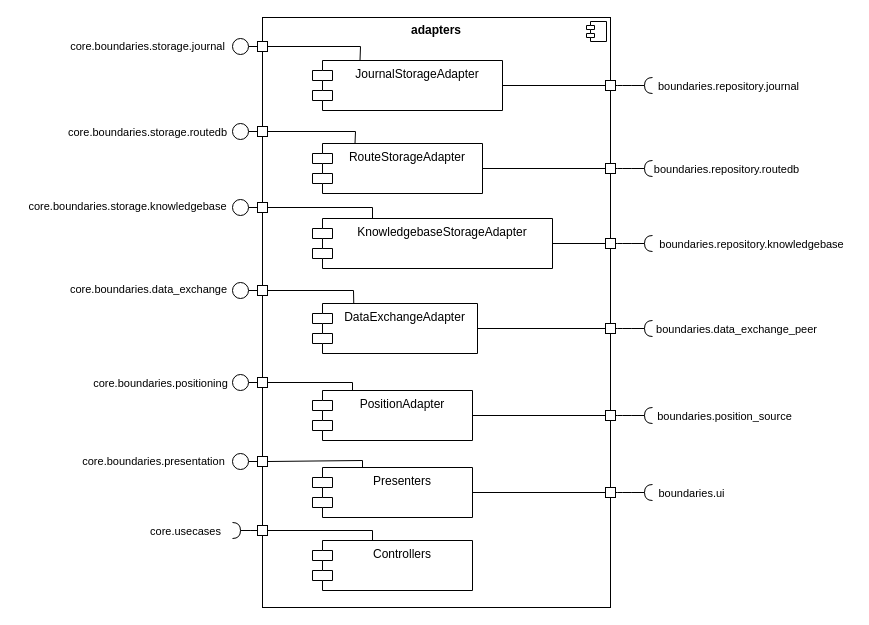
aardjon/trad keeps this draw.io diagram as doc/architecture/bbview_level2_adapters.drawio. Above is the earlier version. Source tidied: cells renumbered, new cells numbered last; positions are measured from the earlier drawing's top-left corner, leaving out a move shared by most shapes. Both pictures are drawn from the tidied source at 100%, with x=0, y=0 at pixel (17, 17).
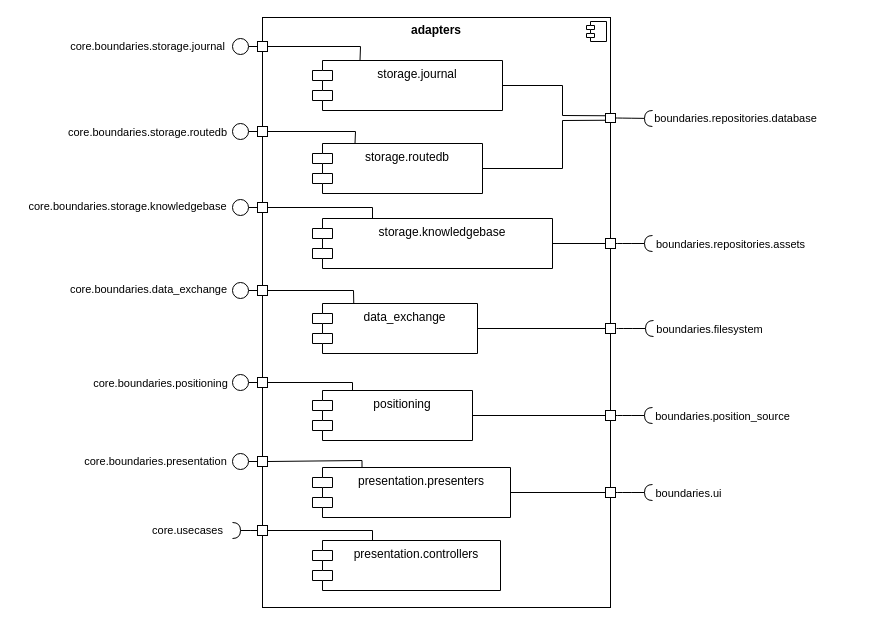
The same page after the edit.

The change refers to these unchanged cells:
```xml
<mxCell id="2" style="group;" parent="1" vertex="1">
  <mxGeometry x="43" width="792" height="590" as="geometry" />
</mxCell>
<mxCell id="14" style="rounded=0;orthogonalLoop=1;jettySize=auto;html=1;endArrow=halfCircle;endFill=0;endSize=6;strokeWidth=1;sketch=0;fontSize=12;curved=1;" parent="2" edge="1">
  <mxGeometry relative="1" as="geometry">
    <mxPoint x="202" y="513" as="sourcePoint" />
    <mxPoint x="172" y="513" as="targetPoint" />
  </mxGeometry>
</mxCell>
<mxCell id="56" style="rounded=0;jettySize=auto;html=1;endArrow=halfCircle;endFill=0;endSize=6;strokeWidth=1;sketch=0;fontSize=12;curved=1;exitX=1;exitY=0.5;exitDx=0;exitDy=0;" parent="1" edge="1" source="55">
  <mxGeometry relative="1" as="geometry">
    <mxPoint x="635" y="226" as="targetPoint" />
  </mxGeometry>
</mxCell>
<mxCell id="58" style="whiteSpace=wrap;html=1;" parent="1" vertex="1">
  <mxGeometry x="588" y="306" width="10" height="10" as="geometry" />
</mxCell>
<mxCell id="62" style="rounded=0;jettySize=auto;html=1;endArrow=halfCircle;endFill=0;endSize=6;strokeWidth=1;sketch=0;fontSize=12;curved=1;exitX=1;exitY=0.5;exitDx=0;exitDy=0;" parent="1" edge="1" source="61">
  <mxGeometry relative="1" as="geometry">
    <mxPoint x="635" y="398" as="targetPoint" />
  </mxGeometry>
</mxCell>
<mxCell id="65" style="rounded=0;jettySize=auto;html=1;endArrow=halfCircle;endFill=0;endSize=6;strokeWidth=1;sketch=0;fontSize=12;curved=1;exitX=1;exitY=0.5;exitDx=0;exitDy=0;" parent="1" edge="1" source="64">
  <mxGeometry relative="1" as="geometry">
    <mxPoint x="635" y="475" as="targetPoint" />
  </mxGeometry>
</mxCell>
```

Change to the diagram source:
```diff
@@
-    <mxCell id="6" value="KnowledgebaseStorageAdapter" style="shape=module;align=left;spacingLeft=20;align=center;verticalAlign=top;whiteSpace=wrap;html=1;" parent="2" vertex="1">
+    <mxCell id="6" value="storage.knowledgebase" style="shape=module;align=left;spacingLeft=20;align=center;verticalAlign=top;whiteSpace=wrap;html=1;" parent="2" vertex="1">
       <mxGeometry x="252" y="201" width="240" height="50" as="geometry" />
     </mxCell>
-    <mxCell id="7" value="RouteStorageAdapter" style="shape=module;align=left;spacingLeft=20;align=center;verticalAlign=top;whiteSpace=wrap;html=1;" parent="2" vertex="1">
+    <mxCell id="7" value="storage.routedb" style="shape=module;align=left;spacingLeft=20;align=center;verticalAlign=top;whiteSpace=wrap;html=1;" parent="2" vertex="1">
       <mxGeometry x="252" y="126" width="170" height="50" as="geometry" />
     </mxCell>
-    <mxCell id="8" value="JournalStorageAdapter" style="shape=module;align=left;spacingLeft=20;align=center;verticalAlign=top;whiteSpace=wrap;html=1;" parent="2" vertex="1">
+    <mxCell id="8" value="storage.journal" style="shape=module;align=left;spacingLeft=20;align=center;verticalAlign=top;whiteSpace=wrap;html=1;" parent="2" vertex="1">
       <mxGeometry x="252" y="43" width="190" height="50" as="geometry" />
     </mxCell>
-    <mxCell id="9" value="DataExchangeAdapter" style="shape=module;align=left;spacingLeft=20;align=center;verticalAlign=top;whiteSpace=wrap;html=1;" parent="2" vertex="1">
+    <mxCell id="9" value="data_exchange" style="shape=module;align=left;spacingLeft=20;align=center;verticalAlign=top;whiteSpace=wrap;html=1;" parent="2" vertex="1">
       <mxGeometry x="252" y="286" width="165" height="50" as="geometry" />
     </mxCell>
-    <mxCell id="10" value="PositionAdapter" style="shape=module;align=left;spacingLeft=20;align=center;verticalAlign=top;whiteSpace=wrap;html=1;" parent="2" vertex="1">
+    <mxCell id="10" value="positioning" style="shape=module;align=left;spacingLeft=20;align=center;verticalAlign=top;whiteSpace=wrap;html=1;" parent="2" vertex="1">
       <mxGeometry x="252" y="373" width="160" height="50" as="geometry" />
     </mxCell>
@@
-    <mxCell id="12" value="Presenters" style="shape=module;align=left;spacingLeft=20;align=center;verticalAlign=top;whiteSpace=wrap;html=1;" parent="2" vertex="1">
-      <mxGeometry x="252" y="450" width="160" height="50" as="geometry" />
+    <mxCell id="12" value="presentation.presenters" style="shape=module;align=left;spacingLeft=20;align=center;verticalAlign=top;whiteSpace=wrap;html=1;" parent="2" vertex="1">
+      <mxGeometry x="252" y="450" width="198" height="50" as="geometry" />
     </mxCell>
-    <mxCell id="13" value="Controllers" style="shape=module;align=left;spacingLeft=20;align=center;verticalAlign=top;whiteSpace=wrap;html=1;" parent="2" vertex="1">
-      <mxGeometry x="252" y="523" width="160" height="50" as="geometry" />
+    <mxCell id="13" value="presentation.controllers" style="shape=module;align=left;spacingLeft=20;align=center;verticalAlign=top;whiteSpace=wrap;html=1;" parent="2" vertex="1">
+      <mxGeometry x="252" y="523" width="188" height="50" as="geometry" />
     </mxCell>
@@
     <mxCell id="15" value="core.usecases" style="edgeLabel;html=1;align=center;verticalAlign=middle;" parent="14" vertex="1">
       <mxGeometry x="0.1" y="2" relative="1" as="geometry">
-        <mxPoint x="-61" y="-2" as="offset" />
+        <mxPoint x="-59" y="-3" as="offset" />
       </mxGeometry>
     </mxCell>
@@
     <mxCell id="28" value="&lt;span style=&quot;font-size: 11px; background-color: rgb(255, 255, 255);&quot;&gt;core.&lt;/span&gt;&lt;span style=&quot;font-size: 11px;&quot;&gt;boundaries.p&lt;/span&gt;&lt;span style=&quot;font-size: 11px; background-color: rgb(255, 255, 255);&quot;&gt;resentation&lt;/span&gt;" style="text;html=1;align=center;verticalAlign=middle;strokeColor=none;fillColor=none;" parent="2" vertex="1">
-      <mxGeometry x="8" y="429" width="170" height="30" as="geometry" />
+      <mxGeometry x="10" y="429" width="170" height="30" as="geometry" />
     </mxCell>
@@
-    <mxCell id="47" style="whiteSpace=wrap;html=1;" parent="2" vertex="1">
-      <mxGeometry x="545" y="63" width="10" height="10" as="geometry" />
-    </mxCell>
-    <mxCell id="48" style="endArrow=none;html=1;rounded=0;exitX=0;exitY=0.5;exitDx=0;exitDy=0;entryX=1;entryY=0.5;entryDx=0;entryDy=0;" parent="2" edge="1" source="47" target="8">
-      <mxGeometry relative="1" as="geometry" />
-    </mxCell>
-    <mxCell id="49" style="rounded=0;jettySize=auto;html=1;endArrow=halfCircle;endFill=0;endSize=6;strokeWidth=1;sketch=0;fontSize=12;curved=1;exitX=1;exitY=0.5;exitDx=0;exitDy=0;" parent="1" edge="1" source="47">
-      <mxGeometry relative="1" as="geometry">
-        <mxPoint x="635" y="68" as="targetPoint" />
-      </mxGeometry>
-    </mxCell>
-    <mxCell id="50" value="boundaries.repository.journal" style="edgeLabel;html=1;align=center;verticalAlign=middle;" parent="49" vertex="1">
-      <mxGeometry x="0.35" y="2" relative="1" as="geometry">
-        <mxPoint x="87" y="2" as="offset" />
-      </mxGeometry>
-    </mxCell>
@@
     <mxCell id="52" style="whiteSpace=wrap;html=1;" parent="1" vertex="1">
-      <mxGeometry x="588" y="146" width="10" height="10" as="geometry" />
+      <mxGeometry x="588" y="96" width="10" height="9" as="geometry" />
     </mxCell>
     <mxCell id="53" style="rounded=0;jettySize=auto;html=1;endArrow=halfCircle;endFill=0;endSize=6;strokeWidth=1;sketch=0;fontSize=12;curved=1;exitX=1;exitY=0.5;exitDx=0;exitDy=0;" parent="1" edge="1" source="52">
       <mxGeometry relative="1" as="geometry">
-        <mxPoint x="635" y="151" as="targetPoint" />
+        <mxPoint x="635" y="101" as="targetPoint" />
       </mxGeometry>
     </mxCell>
-    <mxCell id="54" value="boundaries.repository.routedb" style="edgeLabel;html=1;align=center;verticalAlign=middle;" parent="53" vertex="1">
+    <mxCell id="54" value="boundaries.repositories.database" style="edgeLabel;html=1;align=center;verticalAlign=middle;" parent="53" vertex="1">
       <mxGeometry x="0.35" y="2" relative="1" as="geometry">
-        <mxPoint x="85" y="2" as="offset" />
+        <mxPoint x="94" y="2" as="offset" />
       </mxGeometry>
     </mxCell>
@@
-    <mxCell id="57" value="boundaries.repository.knowledgebase" style="edgeLabel;html=1;align=center;verticalAlign=middle;" parent="56" vertex="1">
+    <mxCell id="57" value="boundaries.repositories.assets" style="edgeLabel;html=1;align=center;verticalAlign=middle;" parent="56" vertex="1">
       <mxGeometry x="0.35" y="2" relative="1" as="geometry">
-        <mxPoint x="110" y="2" as="offset" />
+        <mxPoint x="89" y="2" as="offset" />
       </mxGeometry>
     </mxCell>
@@
-    <mxCell id="59" style="rounded=0;jettySize=auto;html=1;endArrow=halfCircle;endFill=0;endSize=6;strokeWidth=1;sketch=0;fontSize=12;curved=1;exitX=1;exitY=0.5;exitDx=0;exitDy=0;" parent="1" edge="1" source="58">
+    <mxCell id="59" style="rounded=0;orthogonalLoop=1;jettySize=auto;html=1;endArrow=halfCircle;endFill=0;endSize=6;strokeWidth=1;sketch=0;fontSize=12;curved=1;exitX=1;exitY=0.5;exitDx=0;exitDy=0;" parent="1" edge="1">
       <mxGeometry relative="1" as="geometry">
-        <mxPoint x="635" y="311" as="targetPoint" />
+        <mxPoint x="599" y="311" as="sourcePoint" />
+        <mxPoint x="636" y="311" as="targetPoint" />
       </mxGeometry>
     </mxCell>
-    <mxCell id="60" value="boundaries.data_exchange_peer" style="edgeLabel;html=1;align=center;verticalAlign=middle;" parent="59" vertex="1">
+    <mxCell id="60" value="boundaries.filesystem" style="edgeLabel;html=1;align=center;verticalAlign=middle;" parent="59" vertex="1">
       <mxGeometry x="0.35" y="2" relative="1" as="geometry">
-        <mxPoint x="95" y="2" as="offset" />
+        <mxPoint x="67" y="2" as="offset" />
       </mxGeometry>
     </mxCell>
@@
     <mxCell id="63" value="boundaries.position_source" style="edgeLabel;html=1;align=center;verticalAlign=middle;" parent="62" vertex="1">
       <mxGeometry x="0.35" y="2" relative="1" as="geometry">
-        <mxPoint x="83" y="2" as="offset" />
+        <mxPoint x="81" y="2" as="offset" />
       </mxGeometry>
     </mxCell>
@@
     <mxCell id="66" value="boundaries.ui" style="edgeLabel;html=1;align=center;verticalAlign=middle;" parent="65" vertex="1">
       <mxGeometry x="0.35" y="2" relative="1" as="geometry">
-        <mxPoint x="50" y="2" as="offset" />
+        <mxPoint x="47" y="2" as="offset" />
       </mxGeometry>
     </mxCell>
-    <mxCell id="67" style="endArrow=none;html=1;rounded=0;exitX=0;exitY=0.5;exitDx=0;exitDy=0;entryX=1;entryY=0.5;entryDx=0;entryDy=0;" parent="1" edge="1" source="52" target="7">
-      <mxGeometry relative="1" as="geometry" />
+    <mxCell id="67" style="endArrow=none;html=1;rounded=0;exitX=0;exitY=0.75;exitDx=0;exitDy=0;entryX=1;entryY=0.5;entryDx=0;entryDy=0;" parent="1" edge="1" source="52" target="7">
+      <mxGeometry relative="1" as="geometry">
+        <Array as="points">
+          <mxPoint x="545" y="103" />
+          <mxPoint x="545" y="151" />
+        </Array>
+      </mxGeometry>
     </mxCell>
@@
+    <mxCell id="48" style="endArrow=none;html=1;rounded=0;exitX=0;exitY=0.25;exitDx=0;exitDy=0;entryX=1;entryY=0.5;entryDx=0;entryDy=0;" parent="1" edge="1" source="52" target="8">
+      <mxGeometry relative="1" as="geometry">
+        <Array as="points">
+          <mxPoint x="545" y="98" />
+          <mxPoint x="545" y="68" />
+        </Array>
+      </mxGeometry>
+    </mxCell>
```
